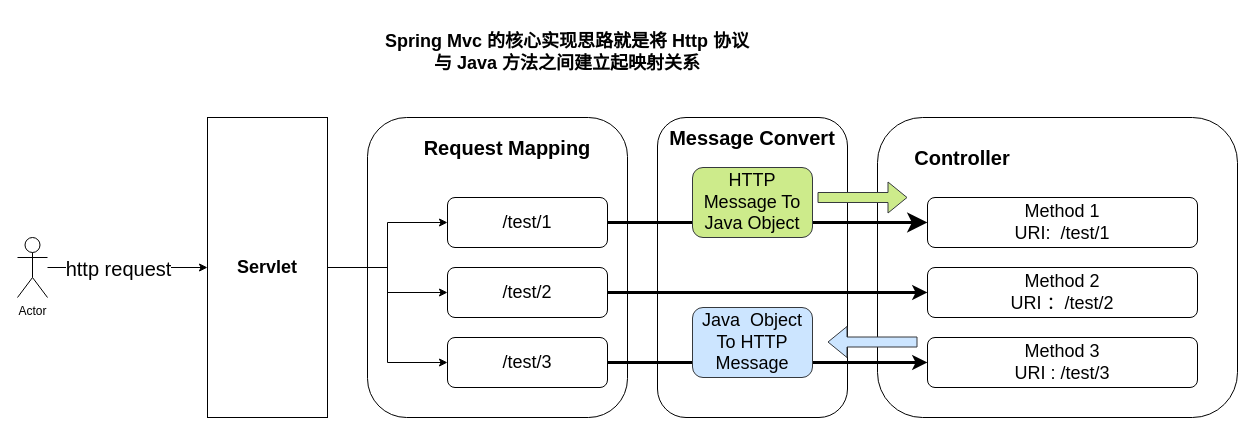
The draw.io diagram spring/springmvc实现思路.drawio in GitHeP/diagrams, before the edit. Source tidied: cells renumbered, new cells numbered last; positions are measured from the earlier drawing's top-left corner, leaving out a move shared by most shapes. Both pictures are drawn from the tidied source at 100%, with x=0, y=0 at pixel (17, 17).
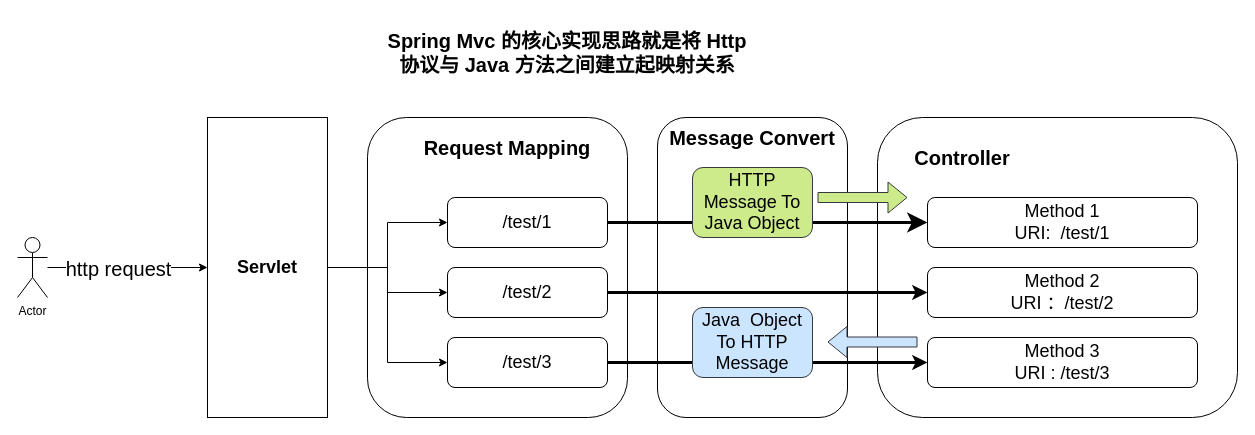
The same page after the edit.

Commit message (it also covers changes not shown here):
更新springmvc实现思路.drawio

Diff of the diagram source:
```diff
@@
-    <mxCell id="23" value="&lt;font style=&quot;font-size: 18px;&quot;&gt;&lt;b&gt;Spring Mvc 的核心实现思路就是将 Http 协议与 Java 方法之间建立起映射关系&lt;/b&gt;&lt;/font&gt;" style="text;html=1;strokeColor=none;fillColor=none;align=center;verticalAlign=middle;whiteSpace=wrap;rounded=0;" parent="1" vertex="1">
+    <mxCell id="23" value="&lt;font style=&quot;font-size: 20px;&quot;&gt;&lt;b style=&quot;&quot;&gt;Spring Mvc 的核心实现思路就是将 Http 协议与 Java 方法之间建立起映射关系&lt;/b&gt;&lt;/font&gt;" style="text;html=1;strokeColor=none;fillColor=none;align=center;verticalAlign=middle;whiteSpace=wrap;rounded=0;" parent="1" vertex="1">
       <mxGeometry x="360" width="380" height="70" as="geometry" />
     </mxCell>
```
